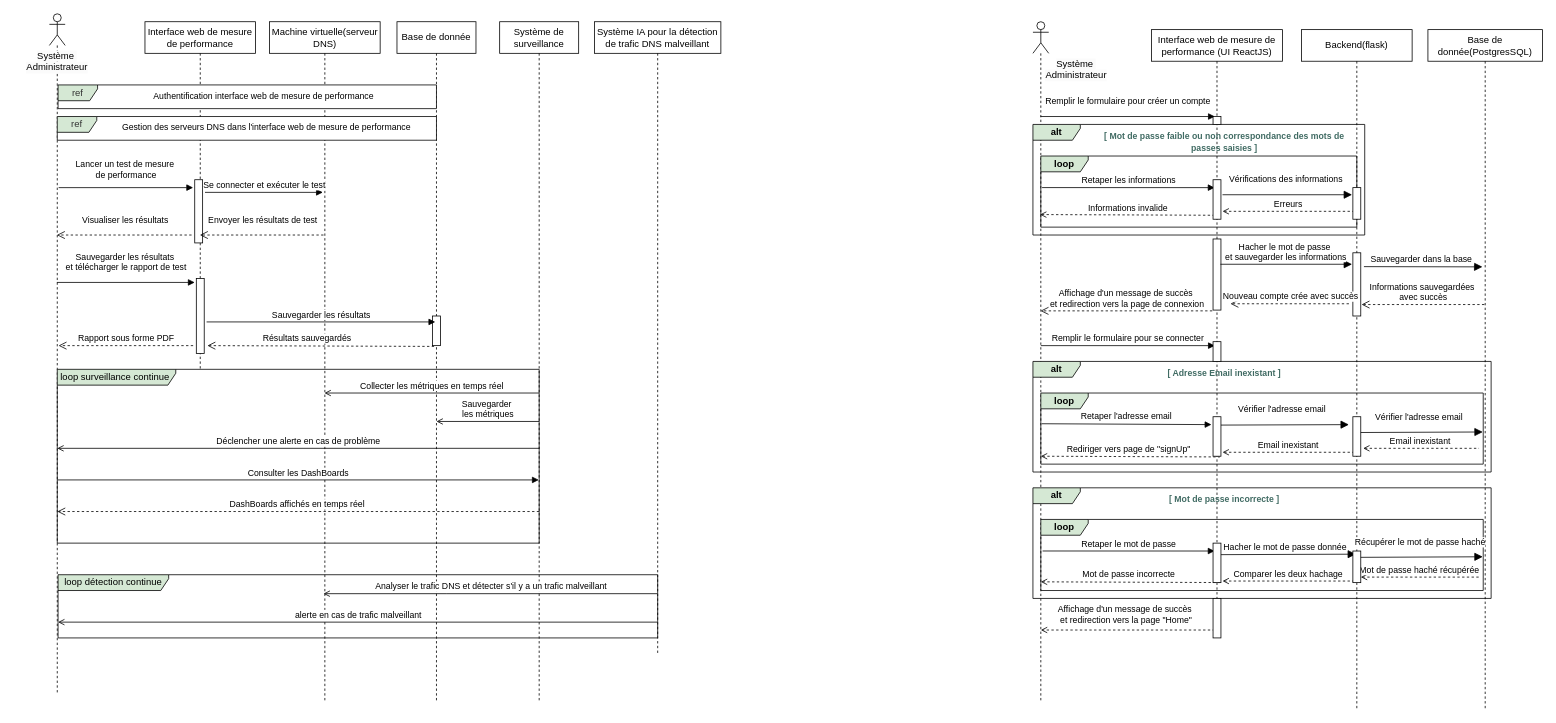
Above: sequence.drawio in eya-harbaoui/Diagramms (draw.io), before the change. Source tidied: cells renumbered, new cells numbered last; positions are measured from the earlier drawing's top-left corner, leaving out a move shared by most shapes. Both pictures are drawn from the tidied source at 79%, with x=0, y=0 at pixel (13, 13).
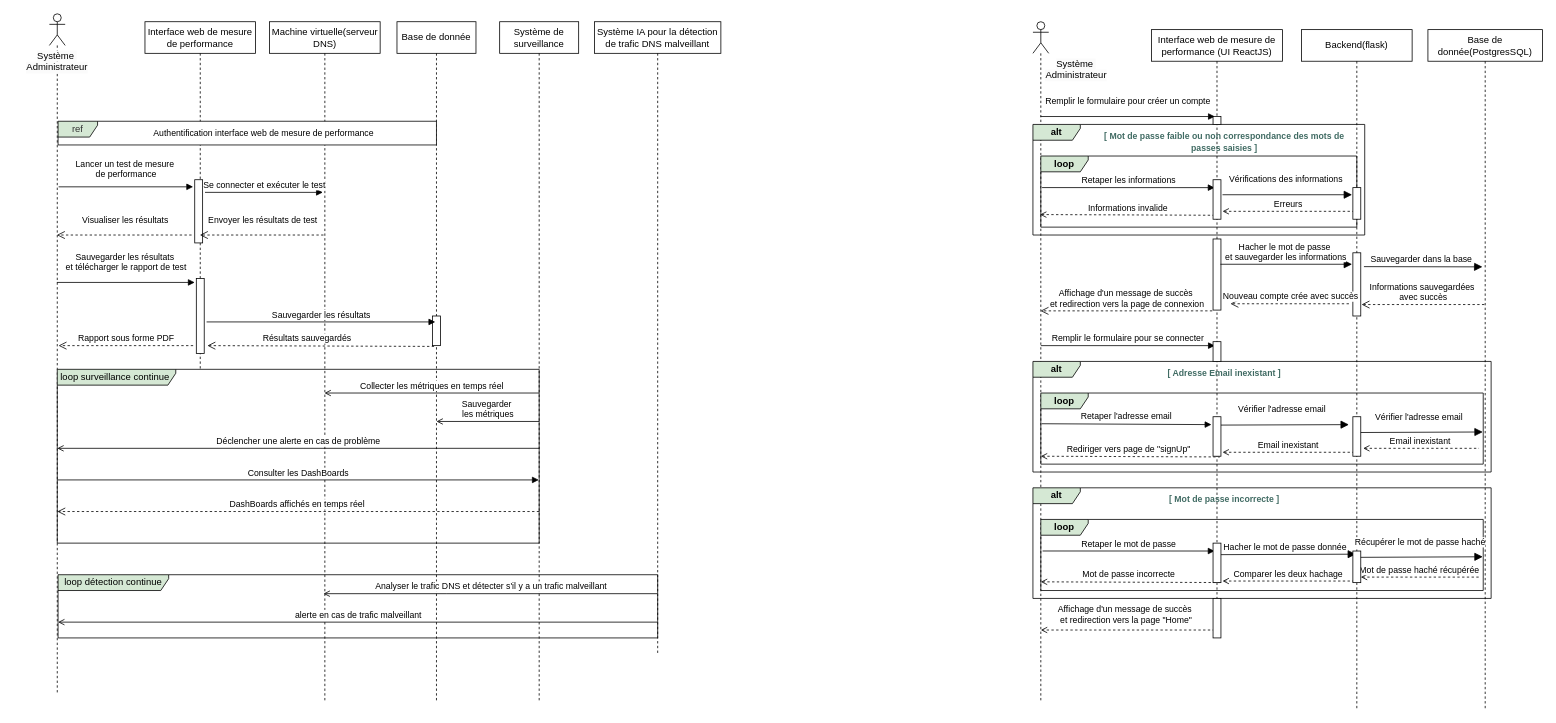
The same diagram, later.

Commit message:
Mettre à jour sequence.drawio

The edit, as a diff of the source:
```diff
@@
     <mxCell id="12" value="Lancer un test de mesure&amp;nbsp;&lt;div&gt;de performance&lt;/div&gt;" style="html=1;verticalAlign=bottom;endArrow=block;curved=0;rounded=0;" parent="1" edge="1">
       <mxGeometry y="7" relative="1" as="geometry">
-        <mxPoint x="56.7" y="220" as="sourcePoint" />
-        <mxPoint x="227" y="220" as="targetPoint" />
+        <mxPoint x="56.7" y="219" as="sourcePoint" />
+        <mxPoint x="227" y="219" as="targetPoint" />
       </mxGeometry>
     </mxCell>
@@
     <mxCell id="21" value="ref" style="shape=umlFrame;whiteSpace=wrap;html=1;width=50;height=20;fillColor=#D5E8D4;fontColor=#333333;strokeColor=#000000;swimlaneFillColor=default;" parent="1" vertex="1">
-      <mxGeometry x="56" y="90" width="479" height="30" as="geometry" />
+      <mxGeometry x="56" y="136" width="479" height="30" as="geometry" />
     </mxCell>
     <mxCell id="22" value="&lt;span style=&quot;color: rgb(0, 0, 0); font-family: Helvetica; font-size: 11px; font-style: normal; font-variant-ligatures: normal; font-variant-caps: normal; font-weight: 400; letter-spacing: normal; orphans: 2; text-align: center; text-indent: 0px; text-transform: none; widows: 2; word-spacing: 0px; -webkit-text-stroke-width: 0px; white-space: nowrap; background-color: rgb(255, 255, 255); text-decoration-thickness: initial; text-decoration-style: initial; text-decoration-color: initial; display: inline !important; float: none;&quot;&gt;Authentification interface web de mesure de performance&lt;/span&gt;" style="text;whiteSpace=wrap;html=1;" parent="1" vertex="1">
-      <mxGeometry x="175" y="90" width="217" height="40" as="geometry" />
+      <mxGeometry x="175" y="137" width="217" height="40" as="geometry" />
     </mxCell>
-    <mxCell id="23" value="ref" style="shape=umlFrame;whiteSpace=wrap;html=1;width=50;height=20;fillColor=#D5E8D4;fontColor=#333333;strokeColor=#000000;swimlaneFillColor=default;" parent="1" vertex="1">
-      <mxGeometry x="55" y="130" width="480" height="30" as="geometry" />
-    </mxCell>
-    <mxCell id="24" value="&lt;span style=&quot;color: rgb(0, 0, 0); font-family: Helvetica; font-size: 11px; font-style: normal; font-variant-ligatures: normal; font-variant-caps: normal; font-weight: 400; letter-spacing: normal; orphans: 2; text-indent: 0px; text-transform: none; widows: 2; word-spacing: 0px; -webkit-text-stroke-width: 0px; white-space: nowrap; background-color: rgb(255, 255, 255); text-decoration-thickness: initial; text-decoration-style: initial; text-decoration-color: initial; float: none; display: inline !important;&quot;&gt;Gestion des serveurs DNS dans l'interface web&amp;nbsp;&lt;/span&gt;&lt;span style=&quot;background-color: rgb(255, 255, 255); font-size: 11px; text-wrap: nowrap;&quot;&gt;de mesure de performance&lt;/span&gt;" style="text;whiteSpace=wrap;html=1;align=center;" parent="1" vertex="1">
-      <mxGeometry x="115" y="130" width="410" height="30" as="geometry" />
-    </mxCell>
```
